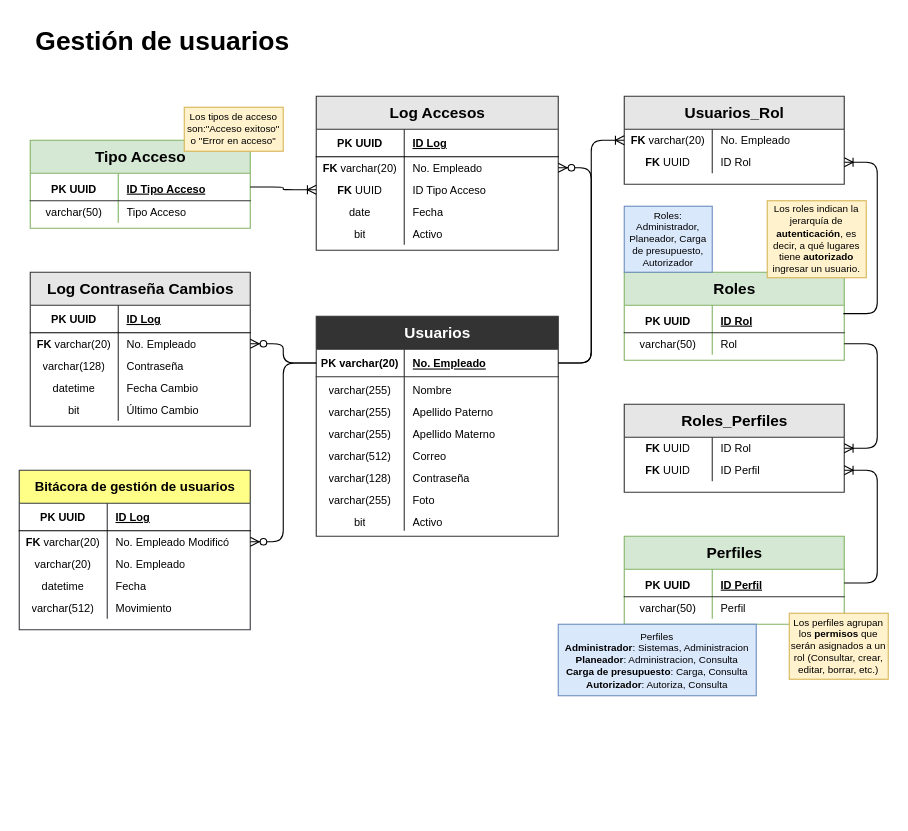
The draw.io diagram page "Gestión de usuarios" (1 of 3) of Untitled Diagram.drawio in Chucho58/gs-aiws, before the edit. Source tidied: cells renumbered, new cells numbered last; positions are measured from the earlier drawing's top-left corner, leaving out a move shared by most shapes. Both pictures are drawn from the tidied source at 110%, with x=0, y=0 at pixel (19, 19).
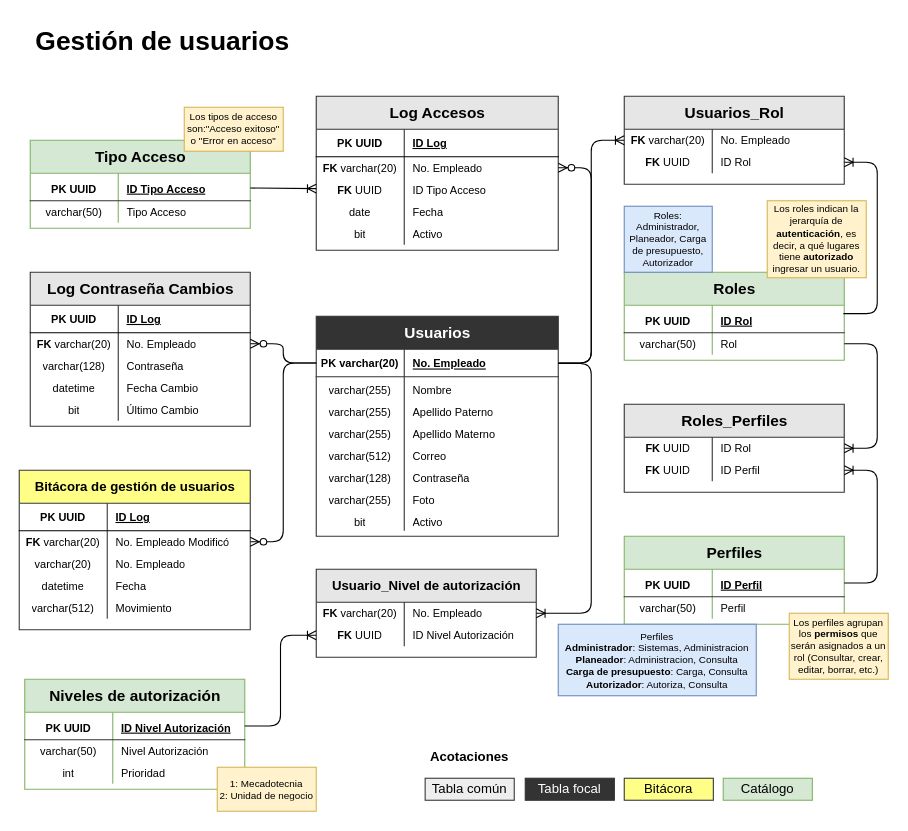
The same diagram, later.

The change refers to these unchanged cells:
```xml
<mxCell id="71" style="shape=tableRow;horizontal=0;startSize=0;swimlaneHead=0;swimlaneBody=0;fillColor=none;points=[[0,0.5],[1,0.5]];portConstraint=eastwest;top=0;left=0;right=0;bottom=0;labelBackgroundColor=none;labelBorderColor=#333333;fontSize=12;fontColor=#000000;strokeColor=#333333;html=1;" parent="64" vertex="1">
  <mxGeometry y="75" width="220" height="20" as="geometry" />
</mxCell>
<mxCell id="82" style="shape=tableRow;horizontal=0;startSize=0;swimlaneHead=0;swimlaneBody=0;fillColor=none;points=[[0,0.5],[1,0.5]];portConstraint=eastwest;top=0;left=0;right=0;bottom=1;labelBackgroundColor=none;labelBorderColor=none;fontSize=14;fontColor=#000000;strokeColor=#333333;html=1;" parent="81" vertex="1">
  <mxGeometry y="30" width="200" height="25" as="geometry" />
</mxCell>
```

What changed in the source:
```diff
@@
-    <mxCell id="88" style="edgeStyle=entityRelationEdgeStyle;fontSize=12;html=1;endArrow=ERoneToMany;shadow=0;sketch=0;fontColor=#000000;jumpStyle=none;endSize=6;startSize=6;jumpSize=6;rounded=1;" parent="1" edge="1" source="82" target="71">
+    <mxCell id="88" style="fontSize=12;html=1;endArrow=ERoneToMany;shadow=0;sketch=0;fontColor=#000000;jumpStyle=none;endSize=6;startSize=6;jumpSize=6;rounded=1;" parent="1" edge="1" source="82" target="71">
       <mxGeometry relative="1" as="geometry" />
     </mxCell>
@@
+    <mxCell id="124" value="&lt;font style=&quot;font-size: 12px&quot;&gt;Usuario_Nivel de autorización&lt;/font&gt;" style="shape=table;startSize=30;childLayout=tableLayout;rowLines=0;fontStyle=1;align=center;labelBackgroundColor=none;labelBorderColor=none;fontSize=12;fontColor=#000000;strokeColor=#333333;fillColor=#E6E6E6;gradientColor=none;html=1;" parent="1" vertex="1">
+      <mxGeometry x="270" y="500" width="200" height="80" as="geometry" />
+    </mxCell>
+    <mxCell id="125" style="shape=tableRow;horizontal=0;startSize=0;swimlaneHead=0;swimlaneBody=0;fillColor=none;points=[[0,0.5],[1,0.5]];portConstraint=eastwest;top=0;left=0;right=0;bottom=0;labelBackgroundColor=none;labelBorderColor=#333333;fontSize=12;fontColor=#000000;strokeColor=#333333;html=1;" parent="124" vertex="1">
+      <mxGeometry y="30" width="200" height="20" as="geometry" />
+    </mxCell>
+    <mxCell id="126" value="&lt;font style=&quot;font-size: 10px&quot;&gt;&lt;b&gt;FK &lt;/b&gt;varchar(20)&lt;/font&gt;" style="shape=partialRectangle;fillColor=none;top=0;left=0;bottom=0;right=0;overflow=hidden;labelBackgroundColor=none;labelBorderColor=none;fontSize=12;fontColor=#000000;strokeColor=#333333;html=1;" parent="125" vertex="1">
+      <mxGeometry width="80" height="20" as="geometry" />
+    </mxCell>
+    <mxCell id="127" value="&lt;font style=&quot;font-size: 10px&quot;&gt;No. Empleado&lt;/font&gt;" style="shape=partialRectangle;fillColor=none;top=0;left=0;bottom=0;right=0;align=left;spacingLeft=6;overflow=hidden;labelBackgroundColor=none;labelBorderColor=none;fontSize=12;fontColor=#000000;strokeColor=#333333;html=1;" parent="125" vertex="1">
+      <mxGeometry x="80" width="120" height="20" as="geometry" />
+    </mxCell>
+    <mxCell id="128" style="shape=tableRow;horizontal=0;startSize=0;swimlaneHead=0;swimlaneBody=0;fillColor=none;points=[[0,0.5],[1,0.5]];portConstraint=eastwest;top=0;left=0;right=0;bottom=0;labelBackgroundColor=none;labelBorderColor=#333333;fontSize=12;fontColor=#000000;strokeColor=#333333;html=1;" parent="124" vertex="1">
+      <mxGeometry y="50" width="200" height="20" as="geometry" />
+    </mxCell>
+    <mxCell id="129" value="&lt;font style=&quot;font-size: 10px&quot;&gt;&lt;b&gt;FK&lt;/b&gt;&amp;nbsp;UUID&lt;/font&gt;" style="shape=partialRectangle;fillColor=none;top=0;left=0;bottom=0;right=0;overflow=hidden;labelBackgroundColor=none;labelBorderColor=none;fontSize=12;fontColor=#000000;strokeColor=#333333;html=1;" parent="128" vertex="1">
+      <mxGeometry width="80" height="20" as="geometry" />
+    </mxCell>
+    <mxCell id="130" value="&lt;font style=&quot;font-size: 10px&quot;&gt;ID Nivel Autorización&lt;/font&gt;" style="shape=partialRectangle;fillColor=none;top=0;left=0;bottom=0;right=0;align=left;spacingLeft=6;overflow=hidden;labelBackgroundColor=none;labelBorderColor=none;fontSize=12;fontColor=#000000;strokeColor=#333333;html=1;" parent="128" vertex="1">
+      <mxGeometry x="80" width="120" height="20" as="geometry" />
+    </mxCell>
+    <mxCell id="131" style="edgeStyle=entityRelationEdgeStyle;fontSize=12;html=1;endArrow=ERoneToMany;rounded=1;shadow=0;sketch=0;fontColor=#000000;startSize=6;endSize=6;jumpStyle=none;jumpSize=6;" parent="1" edge="1" target="125">
+      <mxGeometry relative="1" as="geometry">
+        <mxPoint x="490" y="313" as="sourcePoint" />
+      </mxGeometry>
+    </mxCell>
+    <mxCell id="132" value="&lt;font style=&quot;font-size: 14px&quot;&gt;Niveles de autorización&lt;/font&gt;" style="shape=table;startSize=30;childLayout=tableLayout;rowLines=0;fontStyle=1;align=center;labelBackgroundColor=none;labelBorderColor=none;fontSize=12;strokeColor=#82b366;fillColor=#d5e8d4;html=1;" parent="1" vertex="1">
+      <mxGeometry x="5" y="600" width="200" height="100" as="geometry" />
+    </mxCell>
+    <mxCell id="133" style="shape=tableRow;horizontal=0;startSize=0;swimlaneHead=0;swimlaneBody=0;fillColor=none;points=[[0,0.5],[1,0.5]];portConstraint=eastwest;top=0;left=0;right=0;bottom=1;labelBackgroundColor=none;labelBorderColor=none;fontSize=14;fontColor=#000000;strokeColor=#333333;html=1;" parent="132" vertex="1">
+      <mxGeometry y="30" width="200" height="25" as="geometry" />
+    </mxCell>
+    <mxCell id="134" value="&lt;font style=&quot;font-size: 10px&quot;&gt;PK UUID&lt;/font&gt;" style="shape=partialRectangle;fillColor=none;top=0;left=0;bottom=0;right=0;fontStyle=1;overflow=hidden;labelBackgroundColor=none;labelBorderColor=none;fontSize=14;fontColor=#000000;strokeColor=#333333;html=1;" parent="133" vertex="1">
+      <mxGeometry width="80" height="25" as="geometry" />
+    </mxCell>
+    <mxCell id="135" value="&lt;font style=&quot;font-size: 10px&quot;&gt;ID Nivel Autorización&lt;/font&gt;" style="shape=partialRectangle;fillColor=none;top=0;left=0;bottom=0;right=0;align=left;spacingLeft=6;fontStyle=5;overflow=hidden;labelBackgroundColor=none;labelBorderColor=none;fontSize=14;fontColor=#000000;strokeColor=#333333;html=1;" parent="133" vertex="1">
+      <mxGeometry x="80" width="120" height="25" as="geometry" />
+    </mxCell>
+    <mxCell id="136" style="shape=tableRow;horizontal=0;startSize=0;swimlaneHead=0;swimlaneBody=0;fillColor=none;top=0;left=0;right=0;bottom=0;labelBackgroundColor=none;labelBorderColor=#333333;fontSize=12;fontColor=#000000;strokeColor=#333333;html=1;" parent="132" vertex="1">
+      <mxGeometry y="55" width="200" height="20" as="geometry" />
+    </mxCell>
+    <mxCell id="137" value="&lt;font style=&quot;font-size: 10px&quot;&gt;varchar(50)&lt;/font&gt;" style="shape=partialRectangle;fillColor=none;top=0;left=0;bottom=0;right=0;overflow=hidden;labelBackgroundColor=none;labelBorderColor=none;fontSize=12;fontColor=#000000;strokeColor=#333333;html=1;" parent="136" vertex="1">
+      <mxGeometry width="80" height="20" as="geometry" />
+    </mxCell>
+    <mxCell id="138" value="&lt;font style=&quot;font-size: 10px&quot;&gt;Nivel Autorización&lt;br&gt;&lt;/font&gt;" style="shape=partialRectangle;fillColor=none;top=0;left=0;bottom=0;right=0;align=left;spacingLeft=6;overflow=hidden;labelBackgroundColor=none;labelBorderColor=none;fontSize=12;fontColor=#000000;strokeColor=#333333;html=1;" parent="136" vertex="1">
+      <mxGeometry x="80" width="120" height="20" as="geometry" />
+    </mxCell>
+    <mxCell id="139" style="shape=tableRow;horizontal=0;startSize=0;swimlaneHead=0;swimlaneBody=0;fillColor=none;top=0;left=0;right=0;bottom=0;labelBackgroundColor=none;labelBorderColor=#333333;fontSize=12;fontColor=#000000;strokeColor=#333333;html=1;" parent="132" vertex="1">
+      <mxGeometry y="75" width="200" height="20" as="geometry" />
+    </mxCell>
+    <mxCell id="140" value="&lt;font style=&quot;font-size: 10px&quot;&gt;int&lt;/font&gt;" style="shape=partialRectangle;fillColor=none;top=0;left=0;bottom=0;right=0;overflow=hidden;labelBackgroundColor=none;labelBorderColor=none;fontSize=12;fontColor=#000000;strokeColor=#333333;html=1;" parent="139" vertex="1">
+      <mxGeometry width="80" height="20" as="geometry" />
+    </mxCell>
+    <mxCell id="141" value="&lt;font style=&quot;font-size: 10px&quot;&gt;Prioridad&lt;br&gt;&lt;/font&gt;" style="shape=partialRectangle;fillColor=none;top=0;left=0;bottom=0;right=0;align=left;spacingLeft=6;overflow=hidden;labelBackgroundColor=none;labelBorderColor=none;fontSize=12;fontColor=#000000;strokeColor=#333333;html=1;" parent="139" vertex="1">
+      <mxGeometry x="80" width="120" height="20" as="geometry" />
+    </mxCell>
+    <mxCell id="142" style="edgeStyle=orthogonalEdgeStyle;fontSize=12;html=1;endArrow=ERoneToMany;shadow=0;sketch=0;fontColor=#000000;startSize=6;endSize=6;jumpStyle=none;jumpSize=6;exitX=1;exitY=0.5;exitDx=0;exitDy=0;entryX=0;entryY=0.5;entryDx=0;entryDy=0;sourcePerimeterSpacing=0;rounded=1;" parent="1" edge="1" source="133" target="128">
+      <mxGeometry relative="1" as="geometry" />
+    </mxCell>
+    <mxCell id="143" value="&lt;span&gt;1: Mecadotecnia &lt;br&gt;2: Unidad de negocio&lt;/span&gt;" style="text;html=1;strokeColor=#d6b656;fillColor=#fff2cc;align=center;verticalAlign=middle;whiteSpace=wrap;overflow=hidden;fontSize=9;fontColor=#000000;" parent="1" vertex="1">
+      <mxGeometry x="180" y="680" width="90" height="40" as="geometry" />
+    </mxCell>
+    <mxCell id="144" value="Tabla común" style="text;html=1;strokeColor=#36393d;fillColor=#eeeeee;align=center;verticalAlign=middle;whiteSpace=wrap;overflow=hidden;fontSize=12;" parent="1" vertex="1">
+      <mxGeometry x="369" y="690" width="81" height="20" as="geometry" />
+    </mxCell>
+    <mxCell id="145" value="Tabla focal" style="text;html=1;strokeColor=#333333;fillColor=#333333;align=center;verticalAlign=middle;whiteSpace=wrap;overflow=hidden;fontSize=12;fontColor=#ffffff;" parent="1" vertex="1">
+      <mxGeometry x="460" y="690" width="81" height="20" as="geometry" />
+    </mxCell>
+    <mxCell id="146" value="Bitácora" style="text;html=1;strokeColor=#36393d;fillColor=#ffff88;align=center;verticalAlign=middle;whiteSpace=wrap;overflow=hidden;fontSize=12;" parent="1" vertex="1">
+      <mxGeometry x="550" y="690" width="81" height="20" as="geometry" />
+    </mxCell>
+    <mxCell id="147" value="Catálogo" style="text;html=1;strokeColor=#82b366;fillColor=#d5e8d4;align=center;verticalAlign=middle;whiteSpace=wrap;overflow=hidden;fontSize=12;fontColor=#000000;" parent="1" vertex="1">
+      <mxGeometry x="640" y="690" width="81" height="20" as="geometry" />
+    </mxCell>
+    <mxCell id="148" value="&lt;h3&gt;&lt;font style=&quot;font-size: 12px&quot;&gt;Acotaciones&lt;/font&gt;&lt;/h3&gt;" style="text;strokeColor=none;fillColor=none;html=1;fontSize=24;fontStyle=1;verticalAlign=middle;align=center;fontColor=#000000;horizontal=1;" parent="1" vertex="1">
+      <mxGeometry x="369" y="660" width="80.5" height="10" as="geometry" />
+    </mxCell>
```
